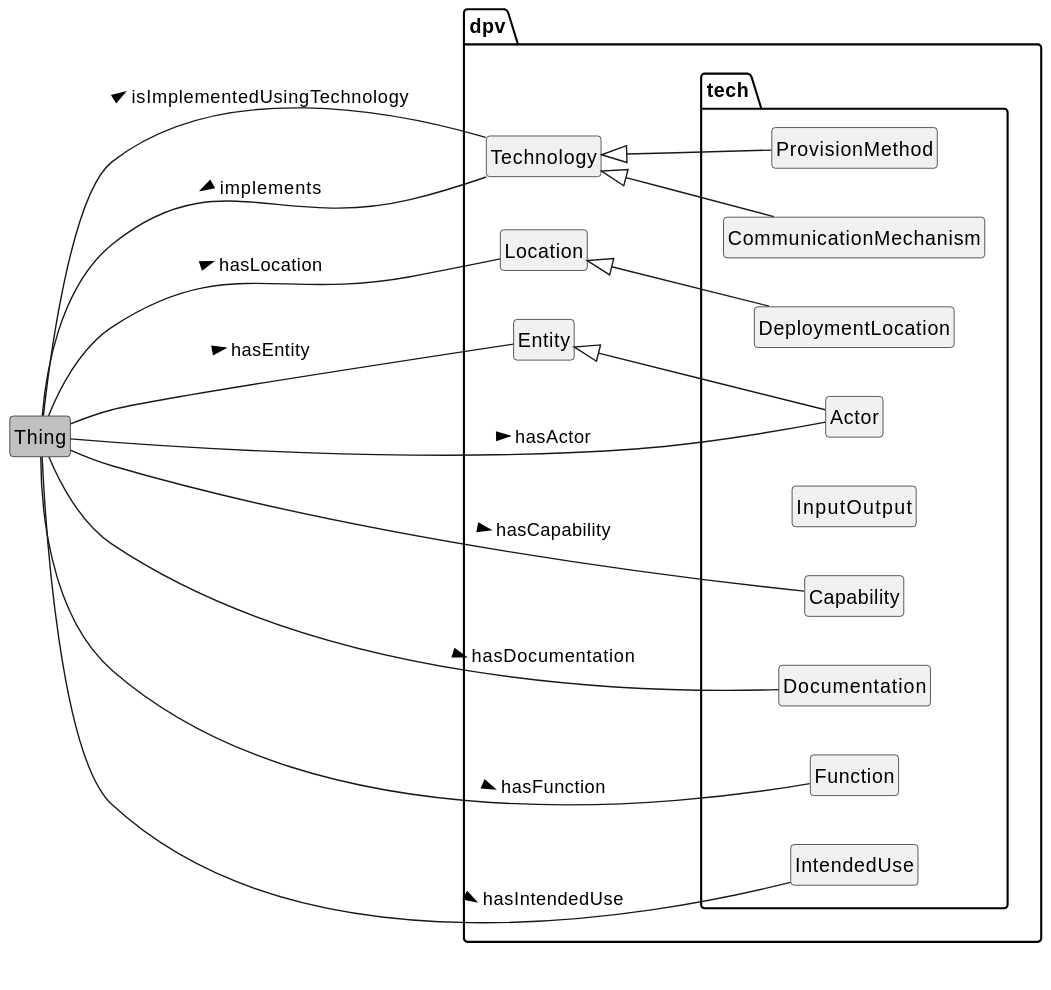
Before: 2.1-dev/diagrams/overview_Technology.svg, a diagram exported from PlantUML (w3c/dpv). Its diagram source:
```plantuml
@startuml
!include style.plantuml
left to right direction

class Thing #silver
package dpv {
	class Technology
	class Entity
	class Location
}
package dpv.tech {
	class Actor
	class Capability
	class ProvisionMethod
	class CommunicationMechanism
	class InputOutput
	class Documentation
	class DeploymentLocation
	class Function
	class IntendedUse
}
Thing -- Technology: isImplementedUsingTechnology >
Technology -- Thing: implements >

Entity <|-- Actor
Thing -- Actor: hasActor >
Thing -- Entity: hasEntity >

Thing -- Capability: hasCapability >

Technology <|-- ProvisionMethod

Technology <|-- CommunicationMechanism


Thing -- Documentation: hasDocumentation >

Thing -- Location: hasLocation >
Location <|-- DeploymentLocation

Thing -- Function: hasFunction >

Thing -- IntendedUse: hasIntendedUse >
@enduml
```
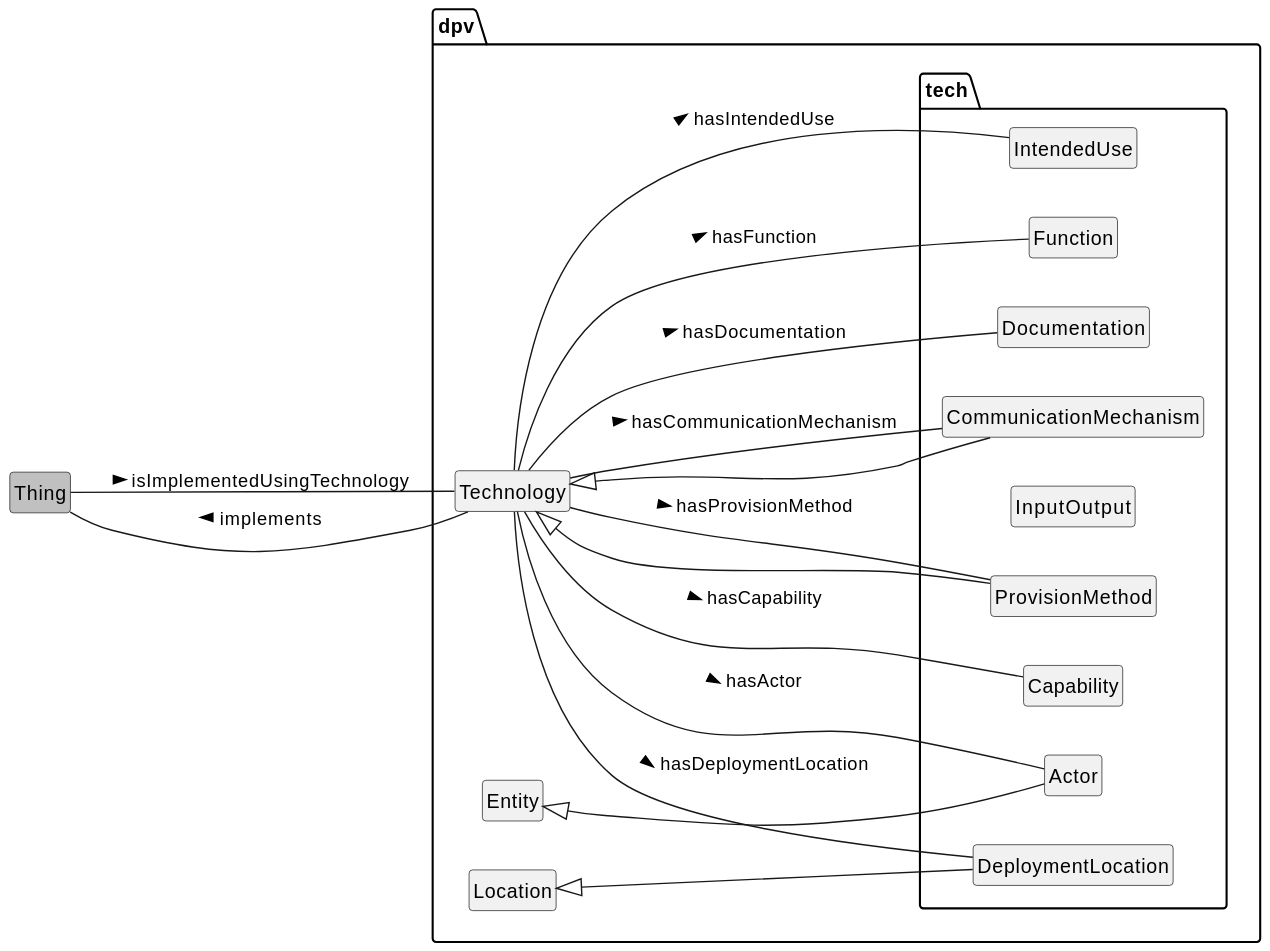
The same file after the commit.

Commit message:
Overview Technology: tech core concepts' properties fixed.

addresses #198

What changed in the source:
```diff
@@ -23,22 +23,23 @@
 Technology -- Thing: implements >
 
 Entity <|-- Actor
-Thing -- Actor: hasActor >
-Thing -- Entity: hasEntity >
+Technology -- Actor: hasActor >
 
-Thing -- Capability: hasCapability >
+Technology -- Capability: hasCapability >
 
 Technology <|-- ProvisionMethod
+Technology -- ProvisionMethod: hasProvisionMethod >
 
 Technology <|-- CommunicationMechanism
+Technology -- CommunicationMechanism: hasCommunicationMechanism >
 
 
-Thing -- Documentation: hasDocumentation >
+Technology -- Documentation: hasDocumentation >
 
-Thing -- Location: hasLocation >
 Location <|-- DeploymentLocation
+Technology -- DeploymentLocation: hasDeploymentLocation >
 
-Thing -- Function: hasFunction >
+Technology -- Function: hasFunction >
 
-Thing -- IntendedUse: hasIntendedUse >
+Technology -- IntendedUse: hasIntendedUse >
 @enduml
```
